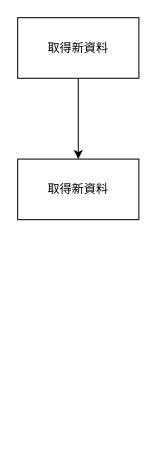
Above: 正式交易環境.drawio in a046829713/Crypto_trading (draw.io), before the change. Source tidied: cells renumbered, new cells numbered last; positions are measured from the earlier drawing's top-left corner, leaving out a move shared by most shapes. Both pictures are drawn from the tidied source at 101%, with x=0, y=0 at pixel (17, 17).
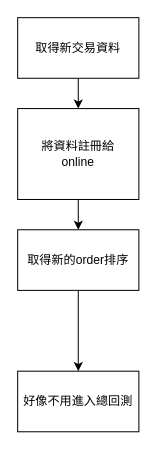
After the change.

What changed in the source:
```diff
@@
 <mxGraphModel>
   <root>
     <mxCell id="0" />
     <mxCell id="1" parent="0" />
     <mxCell id="2" style="edgeStyle=orthogonalEdgeStyle;rounded=0;jettySize=auto;html=1;" parent="1" edge="1" source="3" target="4">
       <mxGeometry relative="1" as="geometry" />
     </mxCell>
-    <mxCell id="3" value="取得新資料" style="rounded=0;whiteSpace=wrap;html=1;" parent="1" vertex="1">
+    <mxCell id="3" value="取得新交易資料" style="rounded=0;whiteSpace=wrap;html=1;" parent="1" vertex="1">
       <mxGeometry width="120" height="60" as="geometry" />
     </mxCell>
+    <mxCell id="5" style="edgeStyle=orthogonalEdgeStyle;rounded=0;jettySize=auto;html=1;" parent="1" edge="1" source="4" target="7">
+      <mxGeometry relative="1" as="geometry" />
+    </mxCell>
-    <mxCell id="4" value="取得新資料" style="rounded=0;whiteSpace=wrap;html=1;" parent="1" vertex="1">
-      <mxGeometry y="140" width="120" height="60" as="geometry" />
+    <mxCell id="4" value="將資料註冊給&lt;br&gt;online" style="rounded=0;whiteSpace=wrap;html=1;" parent="1" vertex="1">
+      <mxGeometry y="90" width="120" height="90" as="geometry" />
     </mxCell>
+    <mxCell id="6" style="edgeStyle=orthogonalEdgeStyle;rounded=0;jettySize=auto;html=1;" parent="1" edge="1" source="7" target="8">
+      <mxGeometry relative="1" as="geometry" />
+    </mxCell>
+    <mxCell id="7" value="取得新的order排序" style="rounded=0;whiteSpace=wrap;html=1;" parent="1" vertex="1">
+      <mxGeometry y="210" width="120" height="60" as="geometry" />
+    </mxCell>
+    <mxCell id="8" value="好像不用進入總回測&lt;br&gt;" style="rounded=0;whiteSpace=wrap;html=1;" parent="1" vertex="1">
+      <mxGeometry y="350" width="120" height="60" as="geometry" />
+    </mxCell>
   </root>
 </mxGraphModel>
```
